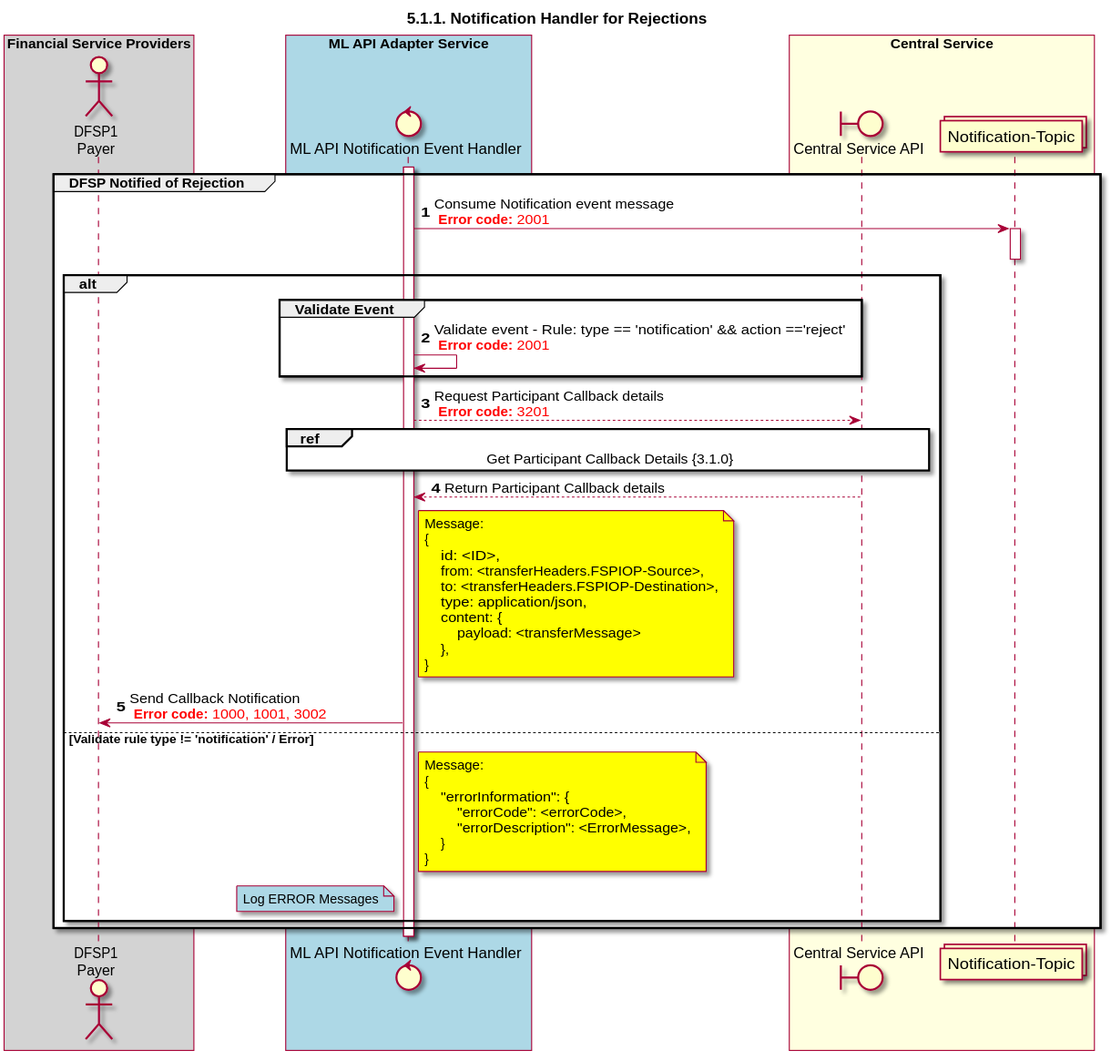
HenkKodde/docs keeps this PlantUML diagram as CentralServices/seq_diagrams/seq-notification-reject-5.1.1.svg. Above is the earlier version.
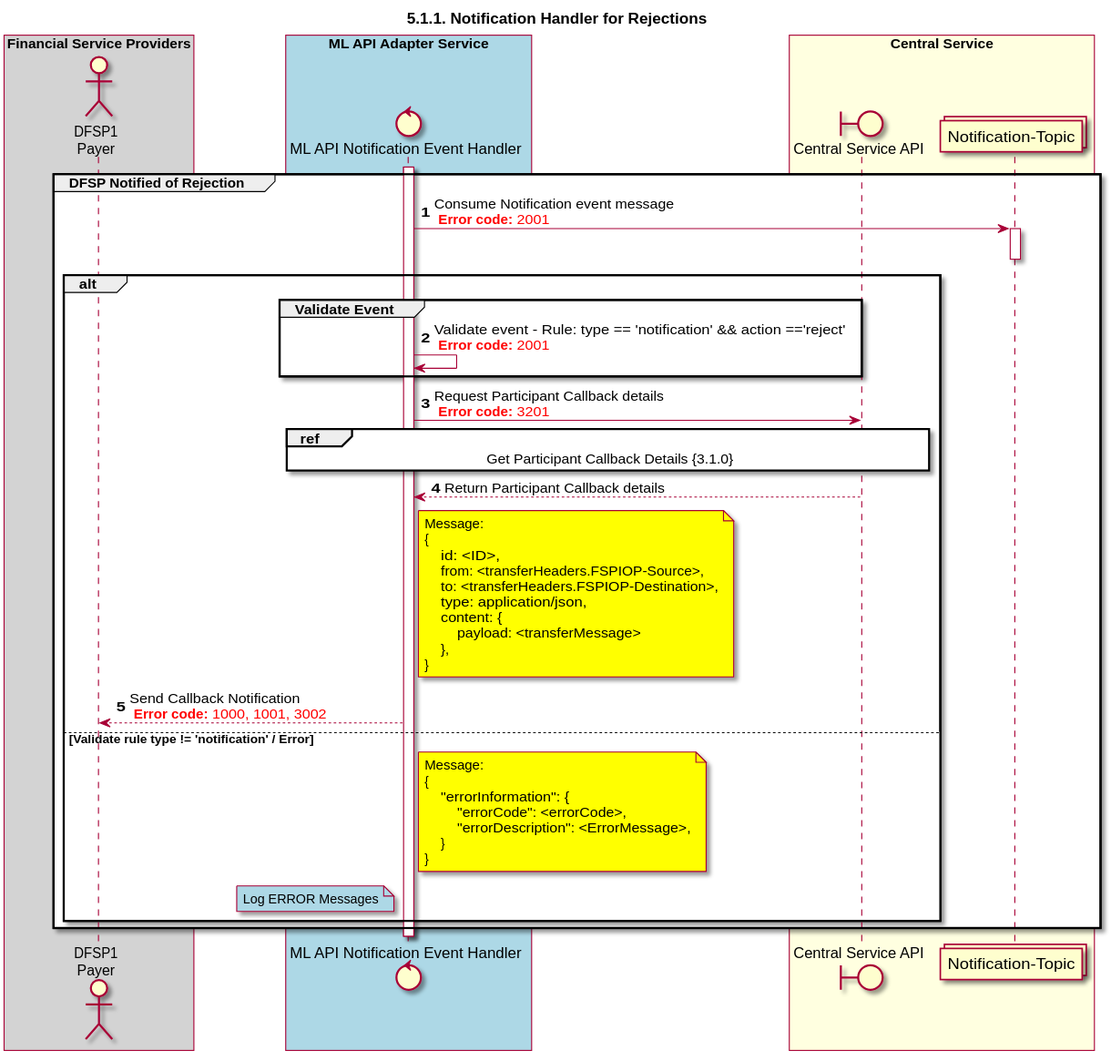
The same file after the commit.

Commit message:
Update event 5 from solid line to dotted as per Sam's recommedation. v4.0

The edit, as a diff of the source:
```diff
@@ -32,7 +32,7 @@
         group Validate Event
             NOTIFY_HANDLER <-> NOTIFY_HANDLER: Validate event - Rule: type == 'notification' && action =='reject' \n <color #FF0000><b>Error code:</b> 2001 </color>
         end
-        NOTIFY_HANDLER --> CSAPI: Request Participant Callback details \n <color #FF0000><b>Error code:</b> 3201 </color>
+        NOTIFY_HANDLER -> CSAPI: Request Participant Callback details \n <color #FF0000><b>Error code:</b> 3201 </color>
         ref over NOTIFY_HANDLER, CSAPI: Get Participant Callback Details {3.1.0}
         NOTIFY_HANDLER <-- CSAPI: Return Participant Callback details
         note right of NOTIFY_HANDLER #yellow
@@ -48,7 +48,7 @@
             }
         end note
 
-        NOTIFY_HANDLER -> DFSP1: Send Callback Notification \n <color #FF0000><b>Error code:</b> 1000, 1001, 3002 </color>
+        NOTIFY_HANDLER --> DFSP1: Send Callback Notification \n <color #FF0000><b>Error code:</b> 1000, 1001, 3002 </color>
     else Validate rule type != 'notification' / Error
         note right of NOTIFY_HANDLER #yellow
             Message:
```
